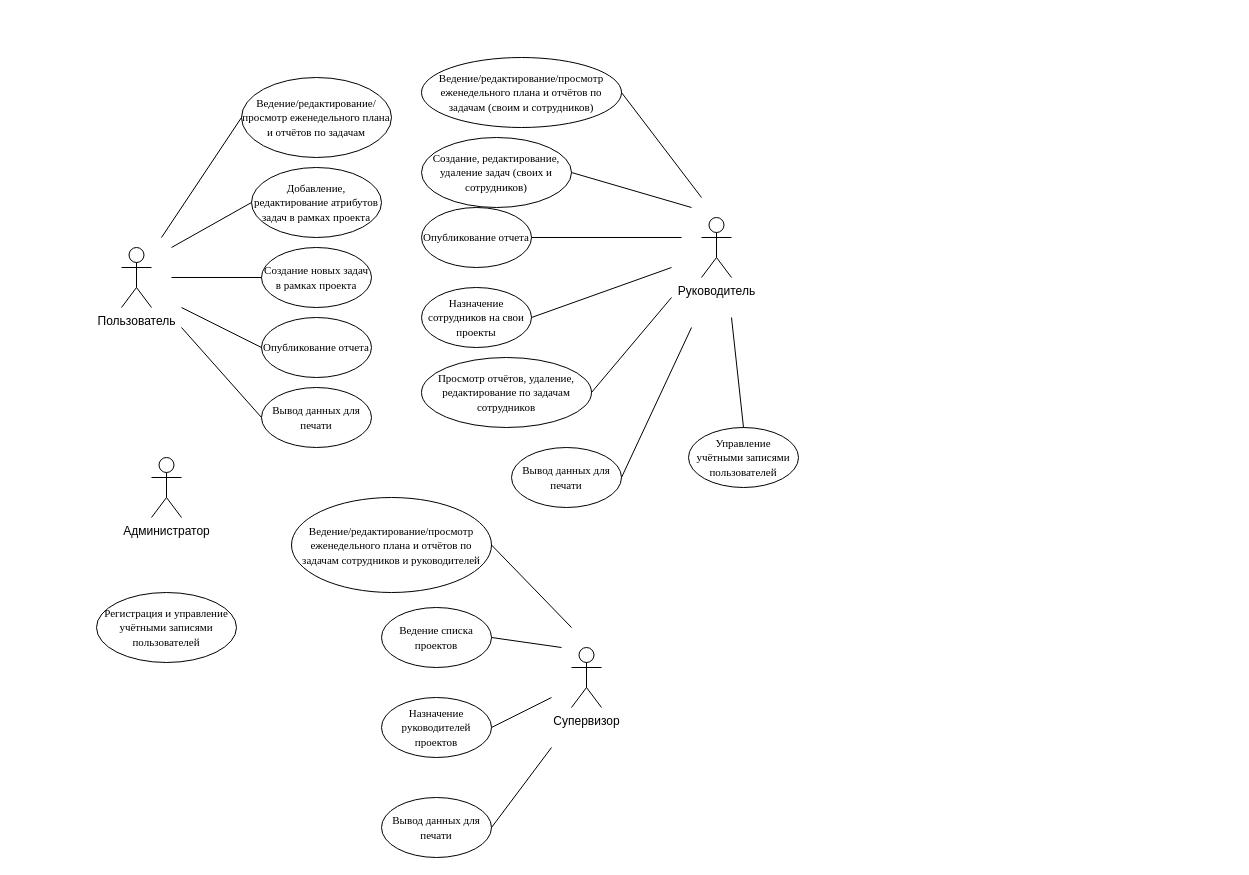
The draw.io diagram Для ДЗ №8.drawio in pytonuserouner/UML_study, before the edit. Source tidied: cells renumbered, new cells numbered last; positions are measured from the earlier drawing's top-left corner, leaving out a move shared by most shapes. Both pictures are drawn from the tidied source at 100%, with x=0, y=0 at pixel (96, 57).
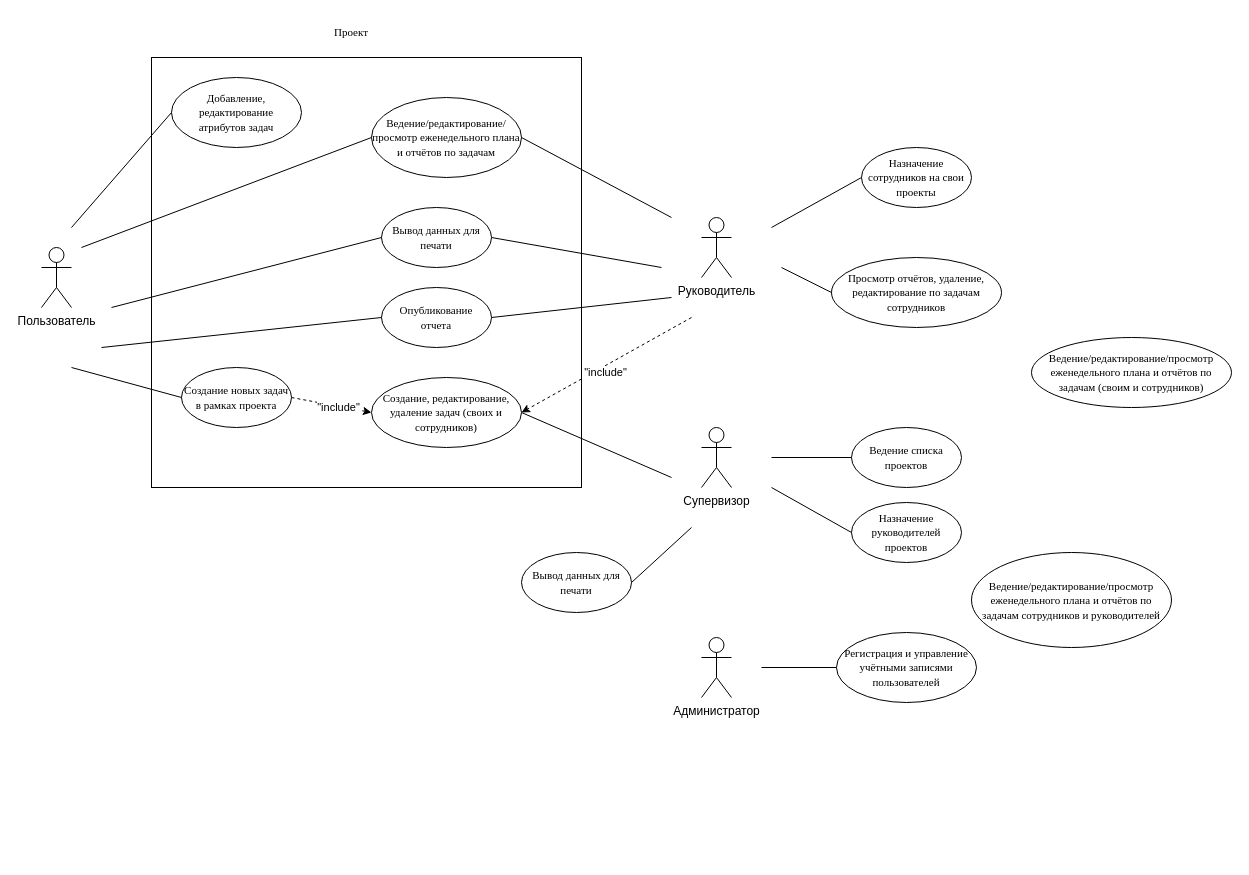
The same diagram, later.

Change to the diagram source:
```diff
@@
+    <mxCell id="39" style="whiteSpace=wrap;html=1;imageAspect=0;fixedWidth=0;" parent="1" vertex="1">
+      <mxGeometry x="55" width="430" height="430" as="geometry" />
+    </mxCell>
     <mxCell id="2" value="Пользователь" style="shape=umlActor;verticalLabelPosition=bottom;verticalAlign=top;html=1;" parent="1" vertex="1">
-      <mxGeometry x="25" y="190" width="30" height="60" as="geometry" />
+      <mxGeometry x="-55" y="190" width="30" height="60" as="geometry" />
     </mxCell>
     <mxCell id="3" value="Администратор" style="shape=umlActor;verticalLabelPosition=bottom;verticalAlign=top;html=1;" parent="1" vertex="1">
-      <mxGeometry x="55" y="400" width="30" height="60" as="geometry" />
+      <mxGeometry x="605" y="580" width="30" height="60" as="geometry" />
     </mxCell>
     <mxCell id="4" value="Супервизор" style="shape=umlActor;verticalLabelPosition=bottom;verticalAlign=top;html=1;" parent="1" vertex="1">
-      <mxGeometry x="475" y="590" width="30" height="60" as="geometry" />
+      <mxGeometry x="605" y="370" width="30" height="60" as="geometry" />
     </mxCell>
@@
     <mxCell id="6" value="&lt;font face=&quot;Times New Roman&quot;&gt;&lt;span style=&quot;font-size: 11px;&quot;&gt;Ведение/редактирование/просмотр еженедельного плана и отчётов по задачам&lt;/span&gt;&lt;/font&gt;" style="ellipse;whiteSpace=wrap;html=1;" parent="1" vertex="1">
-      <mxGeometry x="145" y="20" width="150" height="80" as="geometry" />
+      <mxGeometry x="275" y="40" width="150" height="80" as="geometry" />
     </mxCell>
-    <mxCell id="7" value="&lt;font face=&quot;Times New Roman&quot;&gt;&lt;span style=&quot;font-size: 11px;&quot;&gt;Добавление, редактирование атрибутов задач в рамках проекта&lt;/span&gt;&lt;/font&gt;" style="ellipse;whiteSpace=wrap;html=1;" parent="1" vertex="1">
-      <mxGeometry x="155" y="110" width="130" height="70" as="geometry" />
+    <mxCell id="7" value="&lt;font face=&quot;Times New Roman&quot;&gt;&lt;span style=&quot;font-size: 11px;&quot;&gt;Добавление, редактирование&lt;/span&gt;&lt;/font&gt;&lt;div&gt;&lt;font face=&quot;Times New Roman&quot;&gt;&lt;span style=&quot;font-size: 11px;&quot;&gt;атрибутов задач&lt;/span&gt;&lt;/font&gt;&lt;/div&gt;" style="ellipse;whiteSpace=wrap;html=1;" parent="1" vertex="1">
+      <mxGeometry x="75" y="20" width="130" height="70" as="geometry" />
     </mxCell>
     <mxCell id="8" value="&lt;font face=&quot;Times New Roman&quot;&gt;&lt;span style=&quot;font-size: 11px;&quot;&gt;Создание новых задач в рамках проекта&lt;/span&gt;&lt;/font&gt;" style="ellipse;whiteSpace=wrap;html=1;" parent="1" vertex="1">
-      <mxGeometry x="165" y="190" width="110" height="60" as="geometry" />
+      <mxGeometry x="85" y="310" width="110" height="60" as="geometry" />
     </mxCell>
-    <mxCell id="9" value="&lt;font face=&quot;Times New Roman&quot;&gt;&lt;span style=&quot;font-size: 11px;&quot;&gt;Опубликование отчета&lt;/span&gt;&lt;/font&gt;" style="ellipse;whiteSpace=wrap;html=1;" parent="1" vertex="1">
-      <mxGeometry x="165" y="260" width="110" height="60" as="geometry" />
+    <mxCell id="9" value="&lt;font face=&quot;Times New Roman&quot;&gt;&lt;span style=&quot;font-size: 11px;&quot;&gt;Опубликование&lt;/span&gt;&lt;/font&gt;&lt;div&gt;&lt;font face=&quot;Times New Roman&quot;&gt;&lt;span style=&quot;font-size: 11px;&quot;&gt;отчета&lt;/span&gt;&lt;/font&gt;&lt;/div&gt;" style="ellipse;whiteSpace=wrap;html=1;" parent="1" vertex="1">
+      <mxGeometry x="285" y="230" width="110" height="60" as="geometry" />
     </mxCell>
     <mxCell id="10" value="&lt;font face=&quot;Times New Roman&quot;&gt;&lt;span style=&quot;font-size: 11px;&quot;&gt;Вывод данных для печати&lt;/span&gt;&lt;/font&gt;" style="ellipse;whiteSpace=wrap;html=1;" parent="1" vertex="1">
-      <mxGeometry x="165" y="330" width="110" height="60" as="geometry" />
+      <mxGeometry x="285" y="150" width="110" height="60" as="geometry" />
     </mxCell>
     <mxCell id="11" value="&lt;font face=&quot;Times New Roman&quot;&gt;&lt;span style=&quot;font-size: 11px;&quot;&gt;Ведение/редактирование/просмотр еженедельного плана и отчётов по задачам (своим и сотрудников)&lt;/span&gt;&lt;/font&gt;" style="ellipse;whiteSpace=wrap;html=1;" parent="1" vertex="1">
-      <mxGeometry x="325" width="200" height="70" as="geometry" />
+      <mxGeometry x="935" y="280" width="200" height="70" as="geometry" />
     </mxCell>
     <mxCell id="12" value="&lt;font face=&quot;Times New Roman&quot;&gt;&lt;span style=&quot;font-size: 11px;&quot;&gt;Создание, редактирование, удаление задач (своих и сотрудников)&lt;/span&gt;&lt;/font&gt;" style="ellipse;whiteSpace=wrap;html=1;" parent="1" vertex="1">
-      <mxGeometry x="325" y="80" width="150" height="70" as="geometry" />
+      <mxGeometry x="275" y="320" width="150" height="70" as="geometry" />
     </mxCell>
-    <mxCell id="13" value="&lt;font face=&quot;Times New Roman&quot;&gt;&lt;span style=&quot;font-size: 11px;&quot;&gt;Опубликование отчета&lt;/span&gt;&lt;/font&gt;" style="ellipse;whiteSpace=wrap;html=1;" parent="1" vertex="1">
-      <mxGeometry x="325" y="150" width="110" height="60" as="geometry" />
-    </mxCell>
     <mxCell id="14" value="&lt;font face=&quot;Times New Roman&quot;&gt;&lt;span style=&quot;font-size: 11px;&quot;&gt;Назначение сотрудников на свои проекты&lt;/span&gt;&lt;/font&gt;" style="ellipse;whiteSpace=wrap;html=1;" parent="1" vertex="1">
-      <mxGeometry x="325" y="230" width="110" height="60" as="geometry" />
+      <mxGeometry x="765" y="90" width="110" height="60" as="geometry" />
     </mxCell>
     <mxCell id="15" value="&lt;font face=&quot;Times New Roman&quot;&gt;&lt;span style=&quot;font-size: 11px;&quot;&gt;Просмотр отчётов, удаление, редактирование по задачам сотрудников&lt;/span&gt;&lt;/font&gt;" style="ellipse;whiteSpace=wrap;html=1;" parent="1" vertex="1">
-      <mxGeometry x="325" y="300" width="170" height="70" as="geometry" />
+      <mxGeometry x="735" y="200" width="170" height="70" as="geometry" />
     </mxCell>
     <mxCell id="16" style="endArrow=none;html=1;rounded=0;entryX=0;entryY=0.5;entryDx=0;entryDy=0;" parent="1" edge="1" target="6">
       <mxGeometry relative="1" as="geometry">
-        <mxPoint x="65" y="180" as="sourcePoint" />
+        <mxPoint x="-15" y="190" as="sourcePoint" />
       </mxGeometry>
     </mxCell>
     <mxCell id="17" style="endArrow=none;html=1;rounded=0;entryX=0;entryY=0.5;entryDx=0;entryDy=0;" parent="1" edge="1" target="7">
       <mxGeometry relative="1" as="geometry">
-        <mxPoint x="75" y="190" as="sourcePoint" />
+        <mxPoint x="-25" y="170" as="sourcePoint" />
       </mxGeometry>
     </mxCell>
     <mxCell id="18" style="endArrow=none;html=1;rounded=0;entryX=0;entryY=0.5;entryDx=0;entryDy=0;" parent="1" edge="1" target="8">
       <mxGeometry relative="1" as="geometry">
-        <mxPoint x="75" y="220" as="sourcePoint" />
+        <mxPoint x="-25" y="310" as="sourcePoint" />
       </mxGeometry>
     </mxCell>
     <mxCell id="19" style="endArrow=none;html=1;rounded=0;exitX=0;exitY=0.5;exitDx=0;exitDy=0;" parent="1" edge="1" source="9">
       <mxGeometry relative="1" as="geometry">
-        <mxPoint x="85" y="250" as="targetPoint" />
+        <mxPoint x="5" y="290" as="targetPoint" />
       </mxGeometry>
     </mxCell>
     <mxCell id="20" style="endArrow=none;html=1;rounded=0;exitX=0;exitY=0.5;exitDx=0;exitDy=0;" parent="1" edge="1" source="10">
       <mxGeometry relative="1" as="geometry">
-        <mxPoint x="85" y="270" as="targetPoint" />
+        <mxPoint x="15" y="250" as="targetPoint" />
       </mxGeometry>
     </mxCell>
-    <mxCell id="21" value="&lt;font face=&quot;Times New Roman&quot;&gt;&lt;span style=&quot;font-size: 11px;&quot;&gt;Вывод данных для печати&lt;/span&gt;&lt;/font&gt;" style="ellipse;whiteSpace=wrap;html=1;" parent="1" vertex="1">
-      <mxGeometry x="415" y="390" width="110" height="60" as="geometry" />
-    </mxCell>
-    <mxCell id="22" value="&lt;div&gt;&lt;font face=&quot;Times New Roman&quot;&gt;&lt;span style=&quot;font-size: 11px;&quot;&gt;Управление&lt;/span&gt;&lt;/font&gt;&lt;/div&gt;&lt;div&gt;&lt;font face=&quot;Times New Roman&quot;&gt;&lt;span style=&quot;font-size: 11px;&quot;&gt;учётными записями&lt;/span&gt;&lt;/font&gt;&lt;/div&gt;&lt;div&gt;&lt;font face=&quot;Times New Roman&quot;&gt;&lt;span style=&quot;font-size: 11px;&quot;&gt;пользователей&lt;/span&gt;&lt;/font&gt;&lt;/div&gt;" style="ellipse;whiteSpace=wrap;html=1;" parent="1" vertex="1">
-      <mxGeometry x="592" y="370" width="110" height="60" as="geometry" />
-    </mxCell>
-    <mxCell id="23" style="endArrow=none;html=1;rounded=0;entryX=1;entryY=0.5;entryDx=0;entryDy=0;" parent="1" edge="1" target="11">
-      <mxGeometry relative="1" as="geometry">
-        <mxPoint x="605" y="140" as="sourcePoint" />
-      </mxGeometry>
-    </mxCell>
-    <mxCell id="24" style="endArrow=none;html=1;rounded=0;entryX=1;entryY=0.5;entryDx=0;entryDy=0;" parent="1" edge="1" target="12">
-      <mxGeometry relative="1" as="geometry">
-        <mxPoint x="595" y="150" as="sourcePoint" />
-      </mxGeometry>
-    </mxCell>
-    <mxCell id="25" style="endArrow=none;html=1;rounded=0;exitX=1;exitY=0.5;exitDx=0;exitDy=0;" parent="1" edge="1" source="13">
-      <mxGeometry relative="1" as="geometry">
-        <mxPoint x="585" y="180" as="targetPoint" />
-      </mxGeometry>
-    </mxCell>
-    <mxCell id="26" style="endArrow=none;html=1;rounded=0;exitX=1;exitY=0.5;exitDx=0;exitDy=0;" parent="1" edge="1" source="14">
+    <mxCell id="26" style="endArrow=none;html=1;rounded=0;exitX=0;exitY=0.5;exitDx=0;exitDy=0;" parent="1" edge="1" source="14">
       <mxGeometry relative="1" as="geometry">
-        <mxPoint x="575" y="210" as="targetPoint" />
+        <mxPoint x="675" y="170" as="targetPoint" />
       </mxGeometry>
     </mxCell>
-    <mxCell id="27" style="endArrow=none;html=1;rounded=0;exitX=1;exitY=0.5;exitDx=0;exitDy=0;" parent="1" edge="1" source="15">
+    <mxCell id="27" style="endArrow=none;html=1;rounded=0;exitX=0;exitY=0.5;exitDx=0;exitDy=0;" parent="1" edge="1" source="15">
       <mxGeometry relative="1" as="geometry">
-        <mxPoint x="575" y="240" as="targetPoint" />
+        <mxPoint x="685" y="210" as="targetPoint" />
       </mxGeometry>
     </mxCell>
-    <mxCell id="28" style="endArrow=none;html=1;rounded=0;exitX=1;exitY=0.5;exitDx=0;exitDy=0;" parent="1" edge="1" source="21">
-      <mxGeometry relative="1" as="geometry">
-        <mxPoint x="595" y="270" as="targetPoint" />
-      </mxGeometry>
-    </mxCell>
-    <mxCell id="29" style="endArrow=none;html=1;rounded=0;exitX=0.5;exitY=0;exitDx=0;exitDy=0;" parent="1" edge="1" source="22">
-      <mxGeometry relative="1" as="geometry">
-        <mxPoint x="635" y="260" as="targetPoint" />
-      </mxGeometry>
-    </mxCell>
     <mxCell id="30" value="&lt;font face=&quot;Times New Roman&quot;&gt;&lt;span style=&quot;font-size: 11px;&quot;&gt;Ведение/редактирование/просмотр еженедельного плана и отчётов по задачам сотрудников и руководителей&lt;/span&gt;&lt;/font&gt;" style="ellipse;whiteSpace=wrap;html=1;" parent="1" vertex="1">
-      <mxGeometry x="195" y="440" width="200" height="95" as="geometry" />
+      <mxGeometry x="875" y="495" width="200" height="95" as="geometry" />
     </mxCell>
     <mxCell id="31" value="&lt;font face=&quot;Times New Roman&quot;&gt;&lt;span style=&quot;font-size: 11px;&quot;&gt;Ведение списка проектов&lt;/span&gt;&lt;/font&gt;" style="ellipse;whiteSpace=wrap;html=1;" parent="1" vertex="1">
-      <mxGeometry x="285" y="550" width="110" height="60" as="geometry" />
+      <mxGeometry x="755" y="370" width="110" height="60" as="geometry" />
     </mxCell>
     <mxCell id="32" value="&lt;font face=&quot;Times New Roman&quot;&gt;&lt;span style=&quot;font-size: 11px;&quot;&gt;Назначение руководителей проектов&lt;/span&gt;&lt;/font&gt;" style="ellipse;whiteSpace=wrap;html=1;" parent="1" vertex="1">
-      <mxGeometry x="285" y="640" width="110" height="60" as="geometry" />
+      <mxGeometry x="755" y="445" width="110" height="60" as="geometry" />
     </mxCell>
     <mxCell id="33" value="&lt;font face=&quot;Times New Roman&quot;&gt;&lt;span style=&quot;font-size: 11px;&quot;&gt;Вывод данных для печати&lt;/span&gt;&lt;/font&gt;" style="ellipse;whiteSpace=wrap;html=1;" parent="1" vertex="1">
-      <mxGeometry x="285" y="740" width="110" height="60" as="geometry" />
+      <mxGeometry x="425" y="495" width="110" height="60" as="geometry" />
     </mxCell>
     <mxCell id="34" value="&lt;font face=&quot;Times New Roman&quot;&gt;&lt;span style=&quot;font-size: 11px;&quot;&gt;Регистрация и управление учётными записями пользователей&lt;/span&gt;&lt;/font&gt;" style="ellipse;whiteSpace=wrap;html=1;" parent="1" vertex="1">
-      <mxGeometry y="535" width="140" height="70" as="geometry" />
+      <mxGeometry x="740" y="575" width="140" height="70" as="geometry" />
     </mxCell>
-    <mxCell id="35" style="endArrow=none;html=1;rounded=0;exitX=1;exitY=0.5;exitDx=0;exitDy=0;" parent="1" edge="1" source="30">
-      <mxGeometry relative="1" as="geometry">
-        <mxPoint x="475" y="570" as="targetPoint" />
-      </mxGeometry>
-    </mxCell>
-    <mxCell id="36" style="endArrow=none;html=1;rounded=0;exitX=1;exitY=0.5;exitDx=0;exitDy=0;" parent="1" edge="1" source="31">
+    <mxCell id="36" style="endArrow=none;html=1;rounded=0;exitX=0;exitY=0.5;exitDx=0;exitDy=0;" parent="1" edge="1" source="31">
       <mxGeometry relative="1" as="geometry">
-        <mxPoint x="465" y="590" as="targetPoint" />
+        <mxPoint x="675" y="400" as="targetPoint" />
       </mxGeometry>
     </mxCell>
-    <mxCell id="37" style="endArrow=none;html=1;rounded=0;entryX=1;entryY=0.5;entryDx=0;entryDy=0;" parent="1" edge="1" target="32">
+    <mxCell id="37" style="endArrow=none;html=1;rounded=0;entryX=0;entryY=0.5;entryDx=0;entryDy=0;" parent="1" edge="1" target="32">
       <mxGeometry relative="1" as="geometry">
-        <mxPoint x="455" y="640" as="sourcePoint" />
+        <mxPoint x="675" y="430" as="sourcePoint" />
       </mxGeometry>
     </mxCell>
     <mxCell id="38" style="endArrow=none;html=1;rounded=0;exitX=1;exitY=0.5;exitDx=0;exitDy=0;" parent="1" edge="1" source="33">
       <mxGeometry relative="1" as="geometry">
-        <mxPoint x="455" y="690" as="targetPoint" />
+        <mxPoint x="595" y="470" as="targetPoint" />
       </mxGeometry>
     </mxCell>
+    <mxCell id="40" style="endArrow=none;html=1;rounded=0;entryX=1;entryY=0.5;entryDx=0;entryDy=0;" parent="1" edge="1" target="6">
+      <mxGeometry relative="1" as="geometry">
+        <mxPoint x="575" y="160" as="sourcePoint" />
+      </mxGeometry>
+    </mxCell>
+    <mxCell id="41" style="endArrow=classic;html=1;rounded=0;entryX=0;entryY=0.5;entryDx=0;entryDy=0;dashed=1;exitX=1;exitY=0.5;exitDx=0;exitDy=0;" parent="1" edge="1" source="8" target="12">
+      <mxGeometry relative="1" as="geometry" />
+    </mxCell>
+    <mxCell id="42" value="&quot;include&quot;" style="edgeLabel;html=1;align=center;verticalAlign=middle;" parent="41" vertex="1">
+      <mxGeometry x="0.16" y="-1" relative="1" as="geometry" />
+    </mxCell>
+    <mxCell id="43" style="endArrow=none;html=1;rounded=0;exitX=1;exitY=0.5;exitDx=0;exitDy=0;" parent="1" edge="1" source="10">
+      <mxGeometry relative="1" as="geometry">
+        <mxPoint x="565" y="210" as="targetPoint" />
+      </mxGeometry>
+    </mxCell>
+    <mxCell id="44" style="endArrow=none;html=1;rounded=0;exitX=1;exitY=0.5;exitDx=0;exitDy=0;" parent="1" edge="1" source="9">
+      <mxGeometry relative="1" as="geometry">
+        <mxPoint x="575" y="240" as="targetPoint" />
+      </mxGeometry>
+    </mxCell>
+    <mxCell id="45" style="endArrow=none;html=1;rounded=0;exitX=0;exitY=0.5;exitDx=0;exitDy=0;" parent="1" edge="1" source="34">
+      <mxGeometry relative="1" as="geometry">
+        <mxPoint x="665" y="610" as="targetPoint" />
+      </mxGeometry>
+    </mxCell>
+    <mxCell id="46" style="endArrow=classic;html=1;rounded=0;entryX=1;entryY=0.5;entryDx=0;entryDy=0;dashed=1;" parent="1" edge="1" target="12">
+      <mxGeometry relative="1" as="geometry">
+        <mxPoint x="595" y="260" as="sourcePoint" />
+      </mxGeometry>
+    </mxCell>
+    <mxCell id="47" value="&quot;include&quot;" style="edgeLabel;html=1;align=center;verticalAlign=middle;" parent="46" vertex="1">
+      <mxGeometry x="0.05" y="5" relative="1" as="geometry" />
+    </mxCell>
+    <mxCell id="48" style="endArrow=none;html=1;rounded=0;entryX=1;entryY=0.5;entryDx=0;entryDy=0;" parent="1" edge="1" target="12">
+      <mxGeometry relative="1" as="geometry">
+        <mxPoint x="575" y="420" as="sourcePoint" />
+      </mxGeometry>
+    </mxCell>
+    <mxCell id="49" value="&lt;font style=&quot;font-size: 11px;&quot; face=&quot;Times New Roman&quot;&gt;Проект&lt;/font&gt;" style="text;html=1;align=center;verticalAlign=middle;whiteSpace=wrap;rounded=0;" parent="1" vertex="1">
+      <mxGeometry x="225" y="-40" width="60" height="30" as="geometry" />
+    </mxCell>
```
